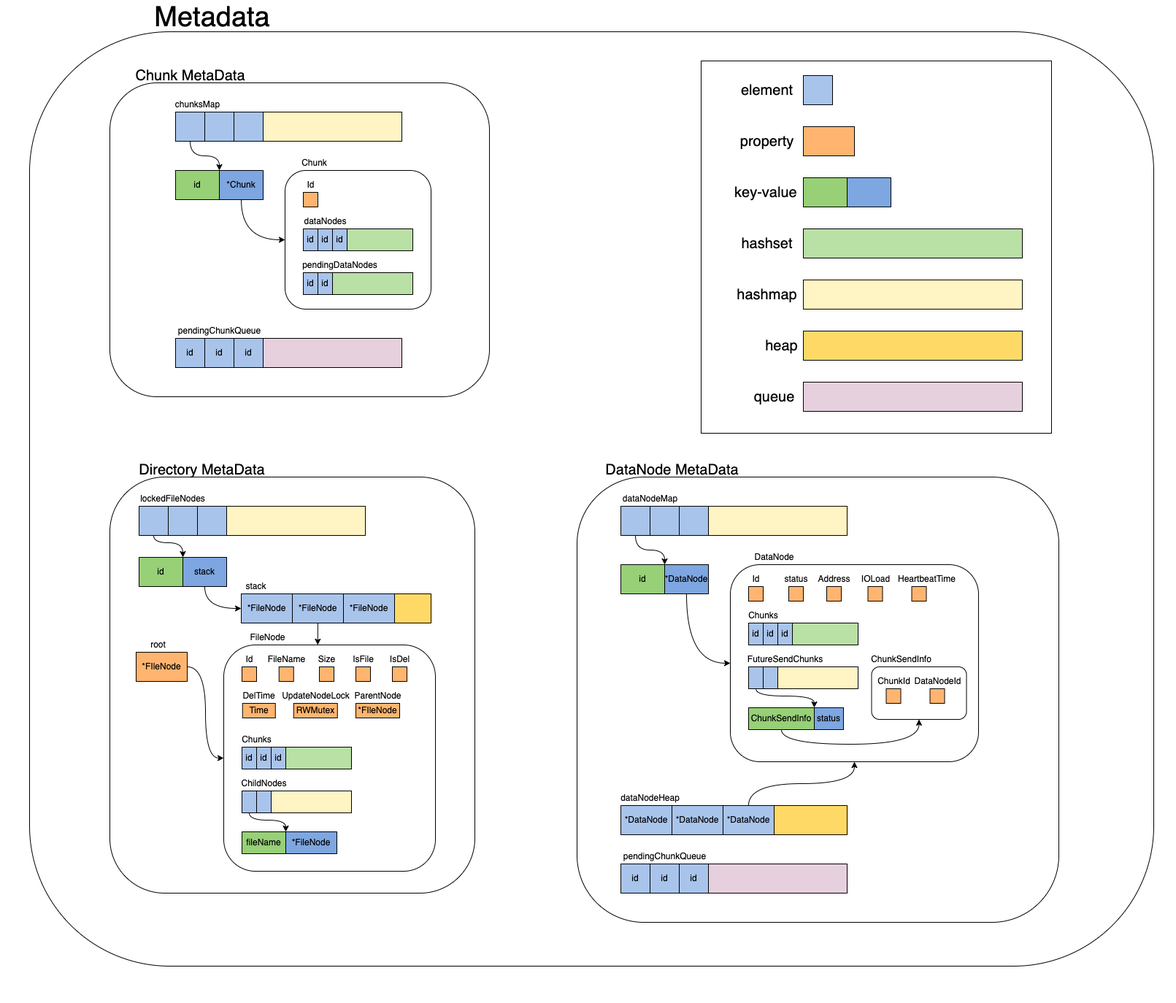
The draw.io diagram document/metadata.png in zzhtttsss/catdfs-master, before a commit. Source tidied: cells renumbered, new cells last; positions are measured from the earlier drawing's top-left corner, leaving out a move shared by most shapes.
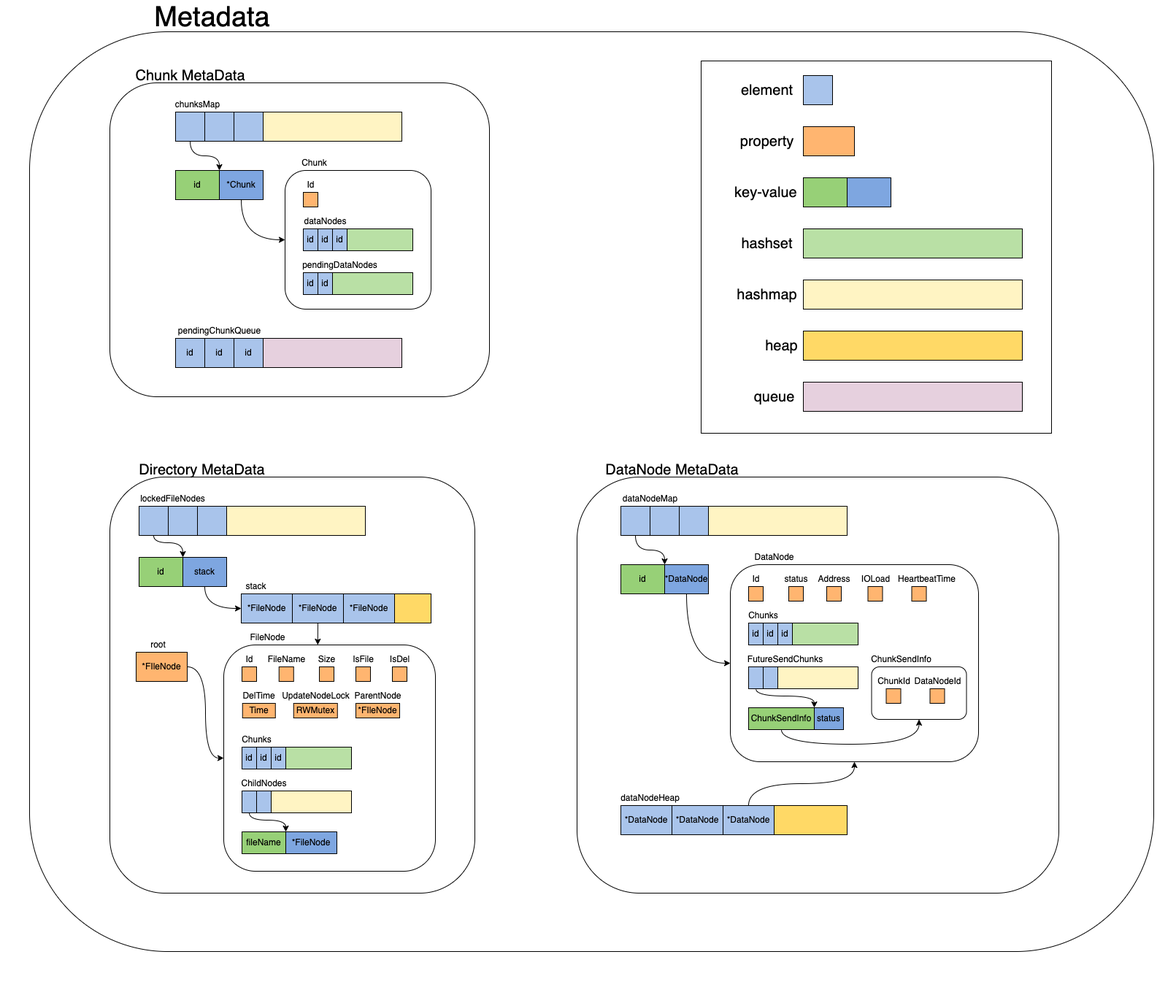
The same diagram one commit later.

Change to the diagram source:
```diff
@@ -6,7 +6,7 @@
       <mxGeometry width="1610" height="1360" as="geometry" />
     </mxCell>
     <mxCell id="3" style="rounded=1;whiteSpace=wrap;html=1;" parent="2" vertex="1">
-      <mxGeometry x="40" y="30" width="1540" height="1280" as="geometry" />
+      <mxGeometry x="40" y="30" width="1540" height="1260" as="geometry" />
     </mxCell>
     <mxCell id="4" value="&lt;span style=&quot;font-size: 38px;&quot;&gt;Metadata&lt;/span&gt;" style="text;html=1;align=center;verticalAlign=middle;" parent="2" vertex="1">
       <mxGeometry x="270" width="40" height="20" as="geometry" />
@@ -319,7 +319,7 @@
       <mxGeometry x="760" y="620" width="690" height="660" as="geometry" />
     </mxCell>
     <mxCell id="104" style="rounded=1;whiteSpace=wrap;html=1;fillColor=#FFFFFF;" parent="103" vertex="1">
-      <mxGeometry x="30" y="20" width="660" height="610" as="geometry" />
+      <mxGeometry x="30" y="20" width="660" height="570" as="geometry" />
     </mxCell>
     <mxCell id="105" style="group;" parent="103" vertex="1">
       <mxGeometry x="90" y="140" width="450" height="310" as="geometry" />
@@ -509,24 +509,6 @@
     <mxCell id="165" style="edgeStyle=orthogonalEdgeStyle;rounded=0;jettySize=auto;html=1;exitX=0.5;exitY=0;exitDx=0;exitDy=0;entryX=0.5;entryY=1;entryDx=0;entryDy=0;curved=1;" parent="103" edge="1" source="163" target="114">
       <mxGeometry relative="1" as="geometry" />
     </mxCell>
-    <mxCell id="166" style="group;" parent="103" vertex="1">
-      <mxGeometry x="90" y="530" width="310" height="60" as="geometry" />
-    </mxCell>
-    <mxCell id="167" style="rounded=0;whiteSpace=wrap;html=1;fillColor=#E6D0DE;" parent="166" vertex="1">
-      <mxGeometry y="20" width="310" height="40" as="geometry" />
-    </mxCell>
-    <mxCell id="168" value="id" style="rounded=0;whiteSpace=wrap;html=1;fillColor=#A9C4EB;" parent="166" vertex="1">
-      <mxGeometry y="20" width="40" height="40" as="geometry" />
-    </mxCell>
-    <mxCell id="169" value="id" style="rounded=0;whiteSpace=wrap;html=1;fillColor=#A9C4EB;" parent="166" vertex="1">
-      <mxGeometry x="80" y="20" width="40" height="40" as="geometry" />
-    </mxCell>
-    <mxCell id="170" value="id" style="rounded=0;whiteSpace=wrap;html=1;fillColor=#A9C4EB;" parent="166" vertex="1">
-      <mxGeometry x="40" y="20" width="40" height="40" as="geometry" />
-    </mxCell>
-    <mxCell id="171" value="pendingChunkQueue" style="text;html=1;align=center;verticalAlign=middle;" parent="166" vertex="1">
-      <mxGeometry x="40" width="40" height="20" as="geometry" />
-    </mxCell>
     <mxCell id="172" style="group;" parent="2" vertex="1">
       <mxGeometry x="960" y="70" width="480" height="510" as="geometry" />
     </mxCell>
```
